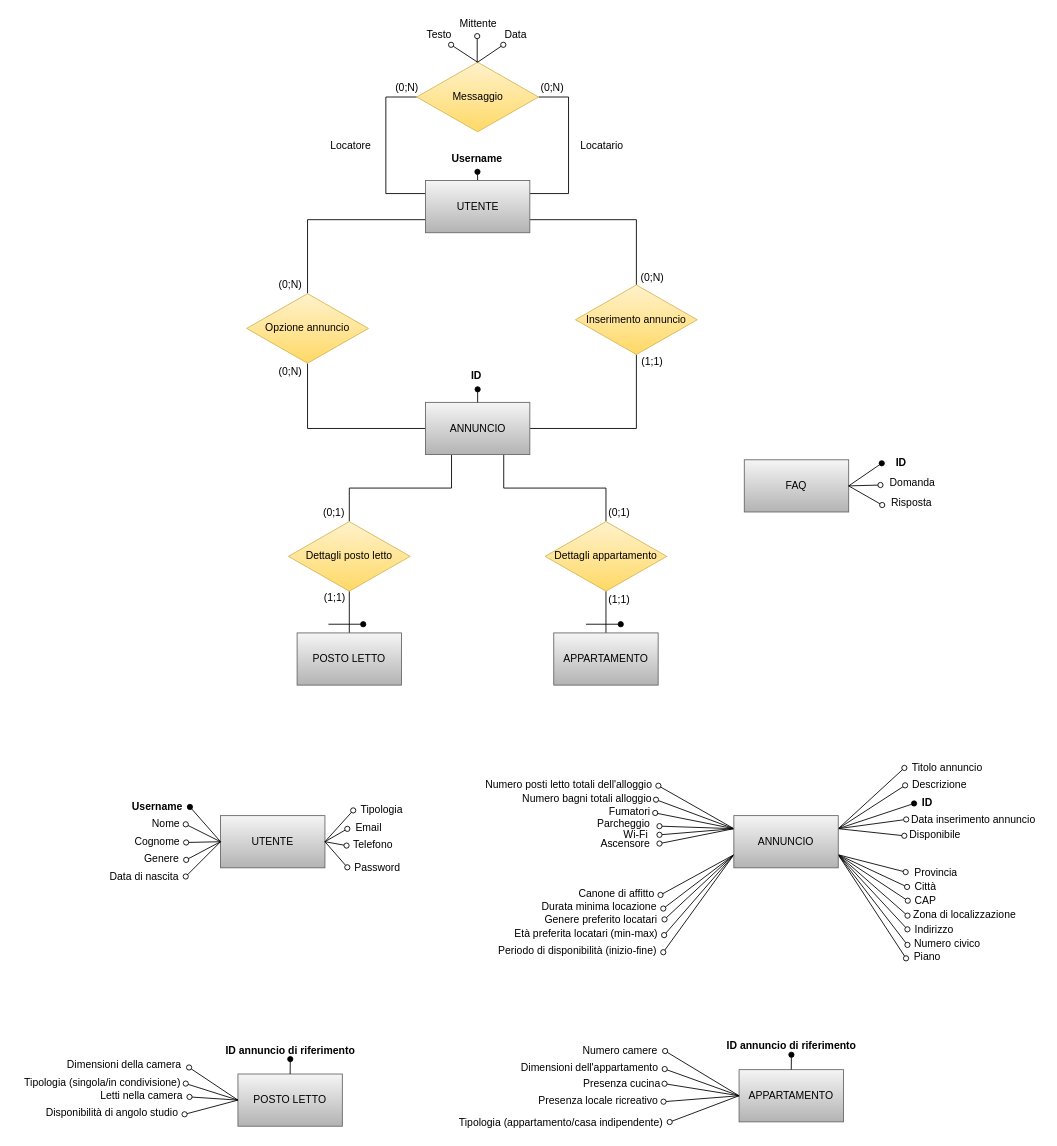
Above: Database/Schema_ER_database.drawio in fd-col/RentAdvisor (draw.io), before the change. Source tidied: cells renumbered, new cells numbered last; positions are measured from the earlier drawing's top-left corner, leaving out a move shared by most shapes. Both pictures are drawn from the tidied source at 87%, with x=0, y=0 at pixel (15, 15).
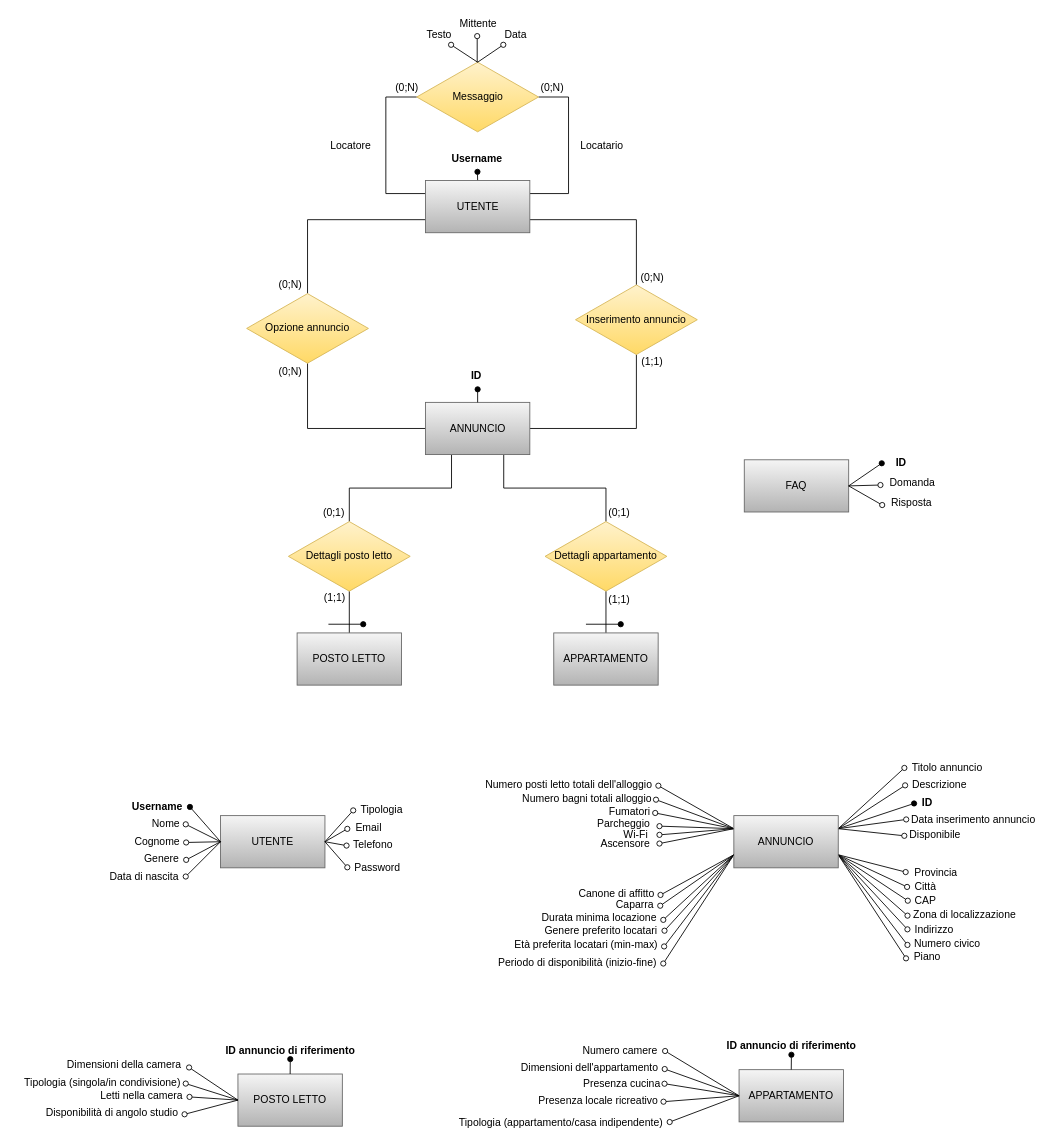
After the change.

Unchanged cells that the change refers to:
```xml
<mxCell id="135" value="ANNUNCIO" style="rounded=0;whiteSpace=wrap;html=1;fillColor=#f5f5f5;gradientColor=#b3b3b3;strokeColor=#666666;" parent="1" vertex="1">
  <mxGeometry x="826" y="920" width="120" height="60" as="geometry" />
</mxCell>
```

The edit, as a diff of the source:
```diff
@@
     <mxCell id="39" value="Periodo di disponibilità (inizio-fine)" style="text;html=1;align=center;verticalAlign=middle;points=[];strokeColor=none;fillColor=none;" parent="1" vertex="1">
-      <mxGeometry x="545.5" y="1066" width="200" height="20" as="geometry" />
+      <mxGeometry x="545.5" y="1079" width="200" height="20" as="geometry" />
     </mxCell>
     <mxCell id="40" value="Durata minima locazione" style="text;html=1;align=center;verticalAlign=middle;points=[];strokeColor=none;fillColor=none;" parent="1" vertex="1">
-      <mxGeometry x="595.5" y="1015" width="150" height="20" as="geometry" />
+      <mxGeometry x="595.5" y="1028" width="150" height="20" as="geometry" />
     </mxCell>
     <mxCell id="41" value="Genere preferito locatari" style="text;html=1;align=center;verticalAlign=middle;points=[];strokeColor=none;fillColor=none;" parent="1" vertex="1">
-      <mxGeometry x="597.5" y="1030" width="150" height="20" as="geometry" />
+      <mxGeometry x="597.5" y="1043" width="150" height="20" as="geometry" />
     </mxCell>
     <mxCell id="42" value="Età preferita locatari (min-max)" style="text;html=1;align=center;verticalAlign=middle;points=[];strokeColor=none;fillColor=none;" parent="1" vertex="1">
-      <mxGeometry x="565.5" y="1046" width="180" height="20" as="geometry" />
+      <mxGeometry x="565.5" y="1059" width="180" height="20" as="geometry" />
     </mxCell>
@@
+    <mxCell id="142" style="endArrow=oval;html=1;rounded=0;endFill=0;exitX=0;exitY=0.75;exitDx=0;exitDy=0;entryX=0.99;entryY=0.528;entryDx=0;entryDy=0;entryPerimeter=0;" parent="1" edge="1" source="135" target="143">
+      <mxGeometry relative="1" as="geometry" />
+    </mxCell>
+    <mxCell id="143" value="Caparra" style="text;html=1;align=center;verticalAlign=middle;points=[];strokeColor=none;fillColor=none;" parent="1" vertex="1">
+      <mxGeometry x="682" y="1013" width="60" height="20" as="geometry" />
+    </mxCell>
```
